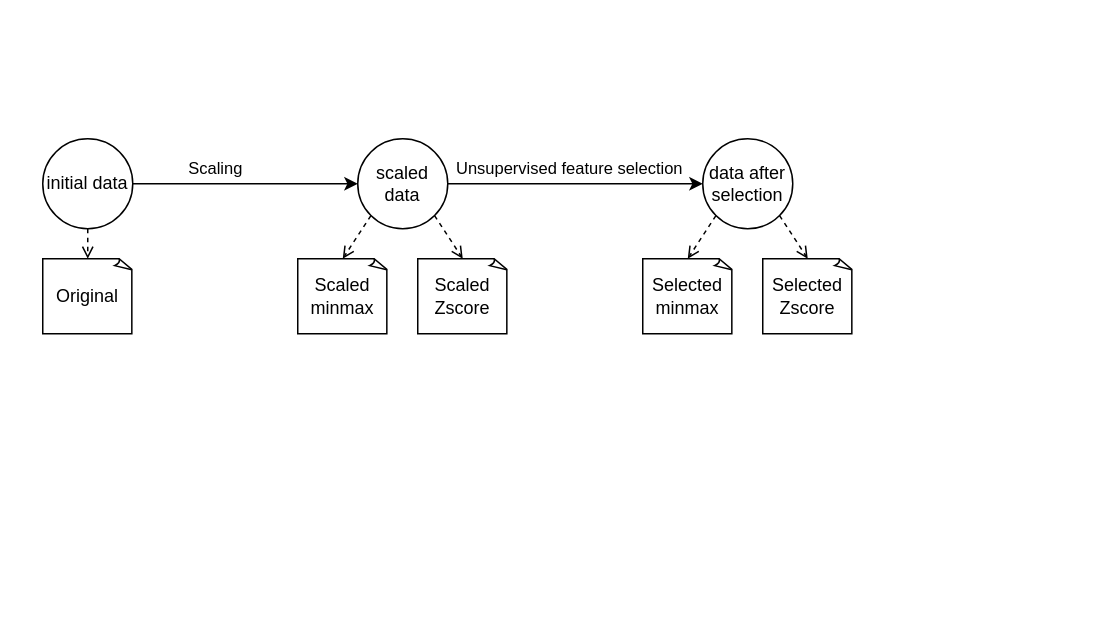
The draw.io diagram dataset1/Clustering/Clustering.drawio in filipesousaist/ds_project, before the edit. Source tidied: cells renumbered, new cells numbered last; positions are measured from the earlier drawing's top-left corner, leaving out a move shared by most shapes. Both pictures are drawn from the tidied source at 150%, with x=0, y=0 at pixel (42, 138).
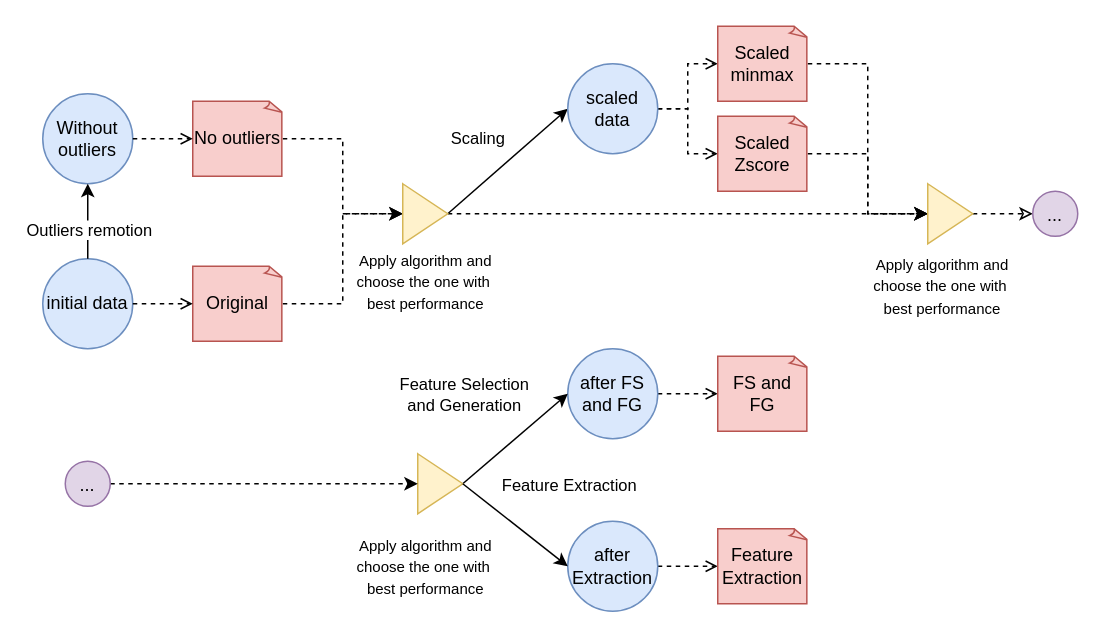
The same diagram, later.

What changed in the source:
```diff
@@
-    <mxCell id="2" value="initial data" style="ellipse;whiteSpace=wrap;html=1;" parent="1" vertex="1">
-      <mxGeometry width="60" height="60" as="geometry" />
+    <mxCell id="2" value="initial data" style="ellipse;whiteSpace=wrap;html=1;fillColor=#dae8fc;strokeColor=#6c8ebf;" parent="1" vertex="1">
+      <mxGeometry y="80" width="60" height="60" as="geometry" />
     </mxCell>
-    <mxCell id="3" value="Scaling" style="endArrow=classic;html=1;exitX=1;exitY=0.5;exitDx=0;exitDy=0;entryX=0;entryY=0.5;entryDx=0;entryDy=0;" parent="1" edge="1" source="2" target="4">
-      <mxGeometry x="-0.27" y="10" relative="1" as="geometry" />
+    <mxCell id="3" value="Scaling" style="endArrow=classic;html=1;entryX=0;entryY=0.5;entryDx=0;entryDy=0;exitX=1;exitY=0.5;exitDx=0;exitDy=0;" parent="1" edge="1" source="32" target="4">
+      <mxGeometry x="-0.1" y="24" relative="1" as="geometry" />
     </mxCell>
-    <mxCell id="4" value="scaled&lt;br&gt;data" style="ellipse;whiteSpace=wrap;html=1;" parent="1" vertex="1">
-      <mxGeometry x="210" width="60" height="60" as="geometry" />
-    </mxCell>
-    <mxCell id="5" value="Scaled minmax" style="whiteSpace=wrap;html=1;shape=mxgraph.basic.document;" parent="1" vertex="1">
-      <mxGeometry x="170" y="80" width="60" height="50" as="geometry" />
-    </mxCell>
-    <mxCell id="6" value="Scaled Zscore" style="whiteSpace=wrap;html=1;shape=mxgraph.basic.document;" parent="1" vertex="1">
-      <mxGeometry x="250" y="80" width="60" height="50" as="geometry" />
-    </mxCell>
-    <mxCell id="7" style="endArrow=open;html=1;exitX=0;exitY=1;exitDx=0;exitDy=0;entryX=0.5;entryY=0;entryDx=0;entryDy=0;entryPerimeter=0;dashed=1;endFill=0;" parent="1" edge="1" source="4" target="5">
+    <mxCell id="7" style="edgeStyle=orthogonalEdgeStyle;rounded=0;jettySize=auto;html=1;dashed=1;endArrow=open;endFill=0;" parent="1" edge="1" source="4" target="5">
       <mxGeometry relative="1" as="geometry" />
     </mxCell>
-    <mxCell id="8" style="endArrow=open;html=1;exitX=1;exitY=1;exitDx=0;exitDy=0;entryX=0.5;entryY=0;entryDx=0;entryDy=0;entryPerimeter=0;dashed=1;endFill=0;" parent="1" edge="1" source="4" target="6">
+    <mxCell id="8" style="edgeStyle=orthogonalEdgeStyle;rounded=0;jettySize=auto;html=1;entryX=0;entryY=0.5;entryDx=0;entryDy=0;entryPerimeter=0;dashed=1;endArrow=open;endFill=0;" parent="1" edge="1" source="4" target="6">
       <mxGeometry relative="1" as="geometry" />
     </mxCell>
+    <mxCell id="4" value="scaled&lt;br&gt;data" style="ellipse;whiteSpace=wrap;html=1;fillColor=#dae8fc;strokeColor=#6c8ebf;" parent="1" vertex="1">
+      <mxGeometry x="350" y="-50" width="60" height="60" as="geometry" />
+    </mxCell>
+    <mxCell id="17" style="edgeStyle=orthogonalEdgeStyle;rounded=0;jettySize=auto;html=1;entryX=0;entryY=0.5;entryDx=0;entryDy=0;dashed=1;" parent="1" edge="1" source="5" target="35">
+      <mxGeometry relative="1" as="geometry">
+        <Array as="points">
+          <mxPoint x="550" y="-50" />
+          <mxPoint x="550" y="50" />
+        </Array>
+      </mxGeometry>
+    </mxCell>
+    <mxCell id="5" value="Scaled minmax" style="whiteSpace=wrap;html=1;shape=mxgraph.basic.document;fillColor=#f8cecc;strokeColor=#b85450;" parent="1" vertex="1">
+      <mxGeometry x="450" y="-75" width="60" height="50" as="geometry" />
+    </mxCell>
+    <mxCell id="18" style="edgeStyle=orthogonalEdgeStyle;rounded=0;jettySize=auto;html=1;entryX=0;entryY=0.5;entryDx=0;entryDy=0;dashed=1;" parent="1" edge="1" source="6" target="35">
+      <mxGeometry relative="1" as="geometry">
+        <Array as="points">
+          <mxPoint x="550" y="10" />
+          <mxPoint x="550" y="50" />
+        </Array>
+      </mxGeometry>
+    </mxCell>
+    <mxCell id="6" value="Scaled Zscore" style="whiteSpace=wrap;html=1;shape=mxgraph.basic.document;fillColor=#f8cecc;strokeColor=#b85450;" parent="1" vertex="1">
+      <mxGeometry x="450" y="-15" width="60" height="50" as="geometry" />
+    </mxCell>
+    <mxCell id="19" style="edgeStyle=orthogonalEdgeStyle;rounded=0;jettySize=auto;html=1;entryX=0;entryY=0.5;entryDx=0;entryDy=0;dashed=1;" parent="1" edge="1" source="9" target="32">
+      <mxGeometry relative="1" as="geometry" />
+    </mxCell>
-    <mxCell id="9" value="Original" style="whiteSpace=wrap;html=1;shape=mxgraph.basic.document;" parent="1" vertex="1">
-      <mxGeometry y="80" width="60" height="50" as="geometry" />
+    <mxCell id="9" value="Original" style="whiteSpace=wrap;html=1;shape=mxgraph.basic.document;fillColor=#f8cecc;strokeColor=#b85450;" parent="1" vertex="1">
+      <mxGeometry x="100" y="85" width="60" height="50" as="geometry" />
     </mxCell>
-    <mxCell id="10" style="endArrow=open;html=1;exitX=0.5;exitY=1;exitDx=0;exitDy=0;entryX=0.5;entryY=0;entryDx=0;entryDy=0;entryPerimeter=0;dashed=1;endFill=0;" parent="1" edge="1" source="2" target="9">
+    <mxCell id="10" style="endArrow=open;html=1;exitX=1;exitY=0.5;exitDx=0;exitDy=0;entryX=0;entryY=0.5;entryDx=0;entryDy=0;entryPerimeter=0;dashed=1;endFill=0;" parent="1" edge="1" source="2" target="9">
       <mxGeometry relative="1" as="geometry" />
     </mxCell>
-    <mxCell id="11" value="data after selection" style="ellipse;whiteSpace=wrap;html=1;" parent="1" vertex="1">
-      <mxGeometry x="440" width="60" height="60" as="geometry" />
-    </mxCell>
-    <mxCell id="12" value="Unsupervised feature selection" style="endArrow=classic;html=1;exitX=1;exitY=0.5;exitDx=0;exitDy=0;entryX=0;entryY=0.5;entryDx=0;entryDy=0;" parent="1" edge="1" source="4" target="11">
-      <mxGeometry x="-0.05" y="10" relative="1" as="geometry" />
-    </mxCell>
-    <mxCell id="13" value="Selected minmax" style="whiteSpace=wrap;html=1;shape=mxgraph.basic.document;" parent="1" vertex="1">
-      <mxGeometry x="400" y="80" width="60" height="50" as="geometry" />
-    </mxCell>
-    <mxCell id="14" value="Selected Zscore" style="whiteSpace=wrap;html=1;shape=mxgraph.basic.document;" parent="1" vertex="1">
-      <mxGeometry x="480" y="80" width="60" height="50" as="geometry" />
-    </mxCell>
-    <mxCell id="15" style="endArrow=open;html=1;exitX=0;exitY=1;exitDx=0;exitDy=0;entryX=0.5;entryY=0;entryDx=0;entryDy=0;entryPerimeter=0;dashed=1;endFill=0;" parent="1" edge="1" source="11" target="13">
-      <mxGeometry relative="1" as="geometry" />
-    </mxCell>
-    <mxCell id="16" style="endArrow=open;html=1;exitX=1;exitY=1;exitDx=0;exitDy=0;entryX=0.5;entryY=0;entryDx=0;entryDy=0;entryPerimeter=0;dashed=1;endFill=0;" parent="1" edge="1" source="11" target="14">
-      <mxGeometry relative="1" as="geometry" />
-    </mxCell>
+    <mxCell id="20" style="edgeStyle=orthogonalEdgeStyle;rounded=0;jettySize=auto;html=1;entryX=0;entryY=0.5;entryDx=0;entryDy=0;entryPerimeter=0;dashed=1;endArrow=open;endFill=0;" parent="1" edge="1" source="21" target="24">
+      <mxGeometry relative="1" as="geometry" />
+    </mxCell>
+    <mxCell id="21" value="after FS and FG" style="ellipse;whiteSpace=wrap;html=1;fillColor=#dae8fc;strokeColor=#6c8ebf;" parent="1" vertex="1">
+      <mxGeometry x="350" y="140" width="60" height="60" as="geometry" />
+    </mxCell>
+    <mxCell id="22" style="endArrow=classic;html=1;entryX=0;entryY=0.5;entryDx=0;entryDy=0;exitX=1;exitY=0.5;exitDx=0;exitDy=0;" parent="1" edge="1" source="39" target="21">
+      <mxGeometry x="1" y="-332" relative="1" as="geometry">
+        <mxPoint x="58" y="75" as="offset" />
+      </mxGeometry>
+    </mxCell>
+    <mxCell id="23" value="Feature Selection&lt;br&gt;and Generation" style="edgeLabel;html=1;align=center;verticalAlign=middle;" parent="22" vertex="1">
+      <mxGeometry x="0.17" y="2" relative="1" as="geometry">
+        <mxPoint x="-39.6" y="-23" as="offset" />
+      </mxGeometry>
+    </mxCell>
+    <mxCell id="24" value="FS and FG" style="whiteSpace=wrap;html=1;shape=mxgraph.basic.document;fillColor=#f8cecc;strokeColor=#b85450;" parent="1" vertex="1">
+      <mxGeometry x="450" y="145" width="60" height="50" as="geometry" />
+    </mxCell>
+    <mxCell id="25" value="Without outliers" style="ellipse;whiteSpace=wrap;html=1;fillColor=#dae8fc;strokeColor=#6c8ebf;" parent="1" vertex="1">
+      <mxGeometry y="-30" width="60" height="60" as="geometry" />
+    </mxCell>
+    <mxCell id="26" style="endArrow=classic;html=1;exitX=0.5;exitY=0;exitDx=0;exitDy=0;entryX=0.5;entryY=1;entryDx=0;entryDy=0;" parent="1" edge="1" source="2" target="25">
+      <mxGeometry relative="1" as="geometry" />
+    </mxCell>
+    <mxCell id="27" value="Outliers remotion" style="edgeLabel;html=1;align=center;verticalAlign=middle;rotation=0;" parent="26" vertex="1">
+      <mxGeometry x="-0.17" relative="1" as="geometry">
+        <mxPoint y="1" as="offset" />
+      </mxGeometry>
+    </mxCell>
+    <mxCell id="28" style="edgeStyle=orthogonalEdgeStyle;rounded=0;jettySize=auto;html=1;entryX=0;entryY=0.5;entryDx=0;entryDy=0;dashed=1;" parent="1" edge="1" source="29" target="32">
+      <mxGeometry relative="1" as="geometry" />
+    </mxCell>
+    <mxCell id="29" value="No outliers" style="whiteSpace=wrap;html=1;shape=mxgraph.basic.document;fillColor=#f8cecc;strokeColor=#b85450;" parent="1" vertex="1">
+      <mxGeometry x="100" y="-25" width="60" height="50" as="geometry" />
+    </mxCell>
+    <mxCell id="30" style="endArrow=open;html=1;exitX=1;exitY=0.5;exitDx=0;exitDy=0;entryX=0;entryY=0.5;entryDx=0;entryDy=0;entryPerimeter=0;dashed=1;endFill=0;" parent="1" edge="1" source="25" target="29">
+      <mxGeometry relative="1" as="geometry" />
+    </mxCell>
+    <mxCell id="31" style="edgeStyle=orthogonalEdgeStyle;rounded=0;jettySize=auto;html=1;entryX=0;entryY=0.5;entryDx=0;entryDy=0;dashed=1;" parent="1" edge="1" source="32" target="35">
+      <mxGeometry relative="1" as="geometry">
+        <Array as="points">
+          <mxPoint x="380" y="50" />
+          <mxPoint x="380" y="50" />
+        </Array>
+      </mxGeometry>
+    </mxCell>
+    <mxCell id="32" style="triangle;whiteSpace=wrap;html=1;fillColor=#fff2cc;strokeColor=#d6b656;" parent="1" vertex="1">
+      <mxGeometry x="240" y="30" width="30" height="40" as="geometry" />
+    </mxCell>
+    <mxCell id="33" value="&lt;span style=&quot;font-size: 10px&quot;&gt;Apply algorithm and&lt;br&gt;choose the one with&amp;nbsp;&lt;/span&gt;&lt;br style=&quot;font-size: 10px&quot;&gt;&lt;span style=&quot;font-size: 10px&quot;&gt;best performance&lt;/span&gt;" style="text;html=1;align=center;verticalAlign=middle;" parent="1" vertex="1">
+      <mxGeometry x="200" y="70" width="110" height="50" as="geometry" />
+    </mxCell>
+    <mxCell id="34" style="edgeStyle=orthogonalEdgeStyle;rounded=0;jettySize=auto;html=1;entryX=0;entryY=0.5;entryDx=0;entryDy=0;dashed=1;endArrow=classic;endFill=0;" parent="1" edge="1" source="35" target="40">
+      <mxGeometry relative="1" as="geometry" />
+    </mxCell>
+    <mxCell id="35" style="triangle;whiteSpace=wrap;html=1;fillColor=#fff2cc;strokeColor=#d6b656;" parent="1" vertex="1">
+      <mxGeometry x="590" y="30" width="30" height="40" as="geometry" />
+    </mxCell>
+    <mxCell id="36" style="edgeStyle=orthogonalEdgeStyle;rounded=0;jettySize=auto;html=1;dashed=1;endArrow=open;endFill=0;" parent="1" edge="1" source="37" target="46">
+      <mxGeometry relative="1" as="geometry" />
+    </mxCell>
+    <mxCell id="37" value="after Extraction" style="ellipse;whiteSpace=wrap;html=1;fillColor=#dae8fc;strokeColor=#6c8ebf;" parent="1" vertex="1">
+      <mxGeometry x="350" y="255" width="60" height="60" as="geometry" />
+    </mxCell>
+    <mxCell id="38" value="&lt;span style=&quot;font-size: 10px&quot;&gt;Apply algorithm and&lt;/span&gt;&lt;br style=&quot;font-size: 10px&quot;&gt;&lt;span style=&quot;color: rgb(0 , 0 , 0) ; font-family: &amp;#34;helvetica&amp;#34; ; font-style: normal ; font-weight: normal ; letter-spacing: normal ; text-indent: 0px ; text-transform: none ; word-spacing: 0px ; text-decoration: none ; font-size: 10px&quot;&gt;choose the one with&amp;nbsp;&lt;/span&gt;&lt;br style=&quot;color: rgb(0 , 0 , 0) ; font-family: &amp;#34;helvetica&amp;#34; ; font-style: normal ; font-weight: normal ; letter-spacing: normal ; text-indent: 0px ; text-transform: none ; word-spacing: 0px ; text-decoration: none ; font-size: 10px&quot;&gt;&lt;span style=&quot;color: rgb(0 , 0 , 0) ; font-family: &amp;#34;helvetica&amp;#34; ; font-style: normal ; font-weight: normal ; letter-spacing: normal ; text-indent: 0px ; text-transform: none ; word-spacing: 0px ; text-decoration: none ; font-size: 10px&quot;&gt;best performance&lt;/span&gt;" style="text;whiteSpace=wrap;html=1;align=center;" parent="1" vertex="1">
+      <mxGeometry x="540" y="70" width="120" height="40" as="geometry" />
+    </mxCell>
+    <mxCell id="39" style="triangle;whiteSpace=wrap;html=1;fillColor=#fff2cc;strokeColor=#d6b656;" parent="1" vertex="1">
+      <mxGeometry x="250" y="210" width="30" height="40" as="geometry" />
+    </mxCell>
+    <mxCell id="40" value="..." style="ellipse;fillColor=#e1d5e7;strokeColor=#9673a6;" parent="1" vertex="1">
+      <mxGeometry x="660" y="35" width="30" height="30" as="geometry" />
+    </mxCell>
+    <mxCell id="41" style="edgeStyle=orthogonalEdgeStyle;rounded=0;jettySize=auto;html=1;entryX=0;entryY=0.5;entryDx=0;entryDy=0;endArrow=classic;endFill=1;dashed=1;" parent="1" edge="1" source="42" target="39">
+      <mxGeometry relative="1" as="geometry" />
+    </mxCell>
+    <mxCell id="42" value="..." style="ellipse;fillColor=#e1d5e7;strokeColor=#9673a6;" parent="1" vertex="1">
+      <mxGeometry x="15" y="215" width="30" height="30" as="geometry" />
+    </mxCell>
+    <mxCell id="43" value="&lt;span style=&quot;font-size: 10px&quot;&gt;Apply algorithm and&lt;/span&gt;&lt;br style=&quot;font-size: 10px&quot;&gt;&lt;span style=&quot;font-size: 10px&quot;&gt;choose the one with&amp;nbsp;&lt;/span&gt;&lt;br style=&quot;font-size: 10px&quot;&gt;&lt;span style=&quot;font-size: 10px&quot;&gt;best performance&lt;/span&gt;" style="text;html=1;align=center;verticalAlign=middle;" parent="1" vertex="1">
+      <mxGeometry x="200" y="260" width="110" height="50" as="geometry" />
+    </mxCell>
+    <mxCell id="44" style="endArrow=classic;html=1;entryX=0;entryY=0.5;entryDx=0;entryDy=0;exitX=1;exitY=0.5;exitDx=0;exitDy=0;" parent="1" edge="1" source="39" target="37">
+      <mxGeometry x="1" y="-332" relative="1" as="geometry">
+        <mxPoint x="58" y="75" as="offset" />
+      </mxGeometry>
+    </mxCell>
+    <mxCell id="45" value="Feature Extraction" style="edgeLabel;html=1;align=center;verticalAlign=middle;" parent="44" vertex="1">
+      <mxGeometry x="0.17" y="2" relative="1" as="geometry">
+        <mxPoint x="28.1" y="-30.4" as="offset" />
+      </mxGeometry>
+    </mxCell>
+    <mxCell id="46" value="Feature Extraction" style="whiteSpace=wrap;html=1;shape=mxgraph.basic.document;fillColor=#f8cecc;strokeColor=#b85450;" parent="1" vertex="1">
+      <mxGeometry x="450" y="260" width="60" height="50" as="geometry" />
+    </mxCell>
```
